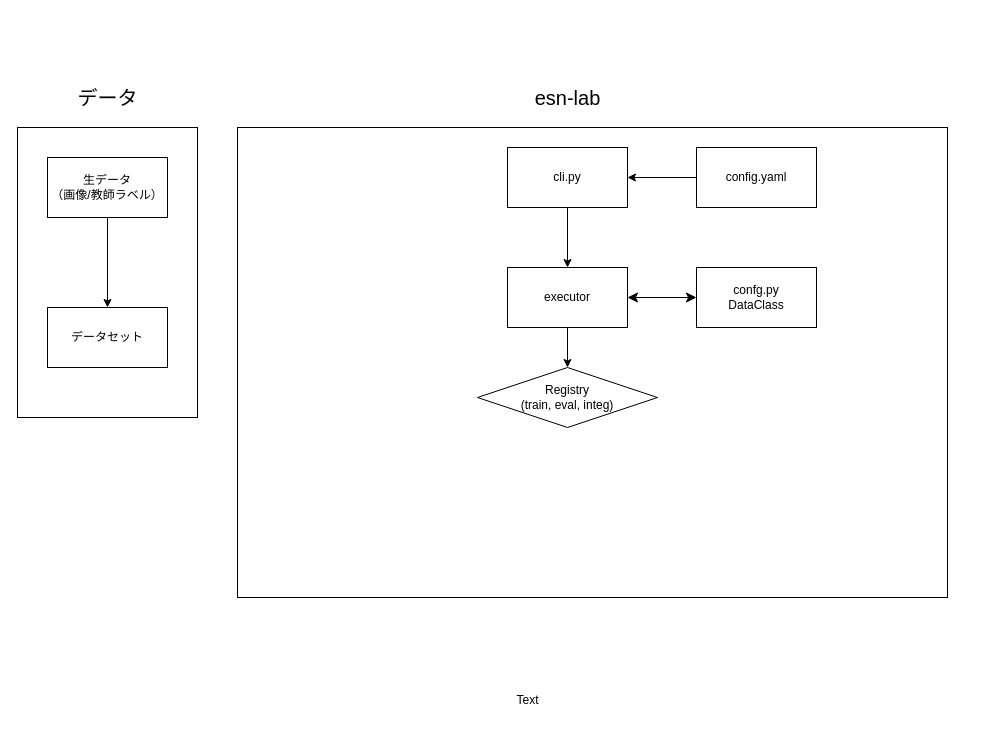
Earlier version of the draw.io diagram design/design.drawio (Applica-760/esn-lab). Source tidied: cells renumbered, new cells numbered last; positions are measured from the earlier drawing's top-left corner, leaving out a move shared by most shapes. Both pictures are drawn from the tidied source at 100%, with x=0, y=0 at pixel (17, 77).
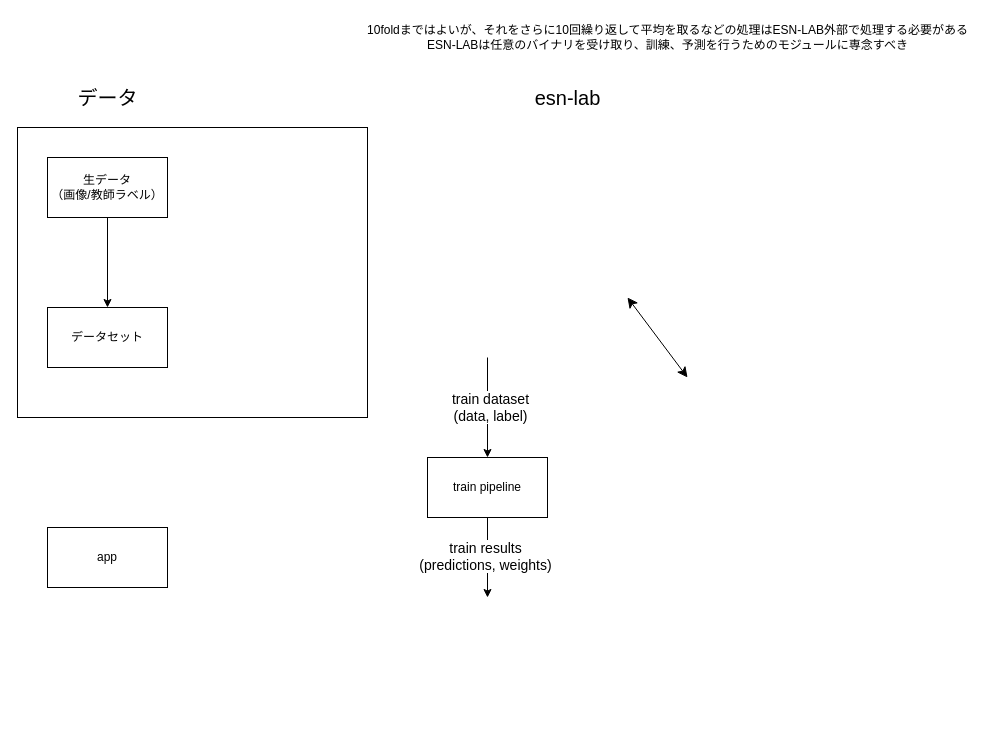
Above is the later version.

The edit, as a diff of the source:
```diff
@@
-    <mxCell id="5" style="whiteSpace=wrap;html=1;fillColor=none;" parent="1" vertex="1">
-      <mxGeometry x="220" y="50" width="710" height="470" as="geometry" />
-    </mxCell>
     <mxCell id="6" style="whiteSpace=wrap;html=1;fillColor=none;" parent="1" vertex="1">
-      <mxGeometry y="50" width="180" height="290" as="geometry" />
+      <mxGeometry y="50" width="350" height="290" as="geometry" />
     </mxCell>
@@
-    <mxCell id="9" style="edgeStyle=none;html=1;" parent="1" edge="1" source="10" target="14">
-      <mxGeometry relative="1" as="geometry" />
+    <mxCell id="9" style="edgeStyle=none;html=1;" parent="1" edge="1">
+      <mxGeometry relative="1" as="geometry">
+        <mxPoint x="550" y="130" as="sourcePoint" />
+      </mxGeometry>
     </mxCell>
-    <mxCell id="10" value="cli.py" style="whiteSpace=wrap;html=1;" parent="1" vertex="1">
-      <mxGeometry x="490" y="70" width="120" height="60" as="geometry" />
-    </mxCell>
-    <mxCell id="11" style="html=1;entryX=1;entryY=0.5;entryDx=0;entryDy=0;" parent="1" edge="1" source="12" target="10">
-      <mxGeometry relative="1" as="geometry" />
+    <mxCell id="11" style="html=1;entryX=1;entryY=0.5;entryDx=0;entryDy=0;" parent="1" edge="1">
+      <mxGeometry relative="1" as="geometry">
+        <mxPoint x="610" y="100" as="targetPoint" />
+      </mxGeometry>
     </mxCell>
-    <mxCell id="12" value="config.yaml" style="whiteSpace=wrap;html=1;" parent="1" vertex="1">
-      <mxGeometry x="679" y="70" width="120" height="60" as="geometry" />
-    </mxCell>
-    <mxCell id="13" style="edgeStyle=none;html=1;" parent="1" edge="1" source="14" target="16">
-      <mxGeometry relative="1" as="geometry" />
-    </mxCell>
-    <mxCell id="14" value="executor" style="whiteSpace=wrap;html=1;" parent="1" vertex="1">
-      <mxGeometry x="490" y="190" width="120" height="60" as="geometry" />
-    </mxCell>
-    <mxCell id="15" value="confg.py&lt;div&gt;DataClass&lt;/div&gt;" style="whiteSpace=wrap;html=1;" parent="1" vertex="1">
-      <mxGeometry x="679" y="190" width="120" height="60" as="geometry" />
-    </mxCell>
-    <mxCell id="16" value="Registry&lt;div&gt;(train, eval, integ)&lt;/div&gt;" style="rhombus;whiteSpace=wrap;html=1;" parent="1" vertex="1">
-      <mxGeometry x="460" y="290" width="180" height="60" as="geometry" />
-    </mxCell>
-    <mxCell id="17" style="edgeStyle=none;jettySize=auto;html=1;endArrow=classic;startArrow=classic;endSize=8;startSize=8;entryX=1;entryY=0.5;entryDx=0;entryDy=0;exitX=0;exitY=0.5;exitDx=0;exitDy=0;" parent="1" edge="1" source="15" target="14">
-      <mxGeometry relative="1" as="geometry" />
+    <mxCell id="17" style="edgeStyle=none;orthogonalLoop=1;jettySize=auto;html=1;endArrow=classic;startArrow=classic;endSize=8;startSize=8;entryX=1;entryY=0.5;entryDx=0;entryDy=0;exitX=0;exitY=0.5;exitDx=0;exitDy=0;" parent="1" edge="1">
+      <mxGeometry relative="1" as="geometry">
+        <mxPoint x="670" y="300" as="sourcePoint" />
+        <mxPoint x="610" y="220" as="targetPoint" />
+      </mxGeometry>
     </mxCell>
-    <mxCell id="18" value="Text" style="text;html=1;align=center;verticalAlign=middle;strokeColor=none;fillColor=none;" parent="1" vertex="1">
-      <mxGeometry x="485" y="608" width="50" height="30" as="geometry" />
+    <mxCell id="18" value="10foldまではよいが、それをさらに10回繰り返して平均を取るなどの処理はESN-LAB外部で処理する必要がある&lt;br&gt;ESN-LABは任意のバイナリを受け取り、訓練、予測を行うためのモジュールに専念すべき" style="text;html=1;align=center;verticalAlign=middle;strokeColor=none;fillColor=none;" parent="1" vertex="1">
+      <mxGeometry x="340" y="-60" width="620" height="40" as="geometry" />
     </mxCell>
+    <mxCell id="19" value="app" style="whiteSpace=wrap;html=1;" parent="1" vertex="1">
+      <mxGeometry x="30" y="450" width="120" height="60" as="geometry" />
+    </mxCell>
+    <mxCell id="20" style="edgeStyle=none;html=1;exitX=0.5;exitY=1;exitDx=0;exitDy=0;" parent="1" edge="1" source="22">
+      <mxGeometry relative="1" as="geometry">
+        <mxPoint x="470" y="520" as="targetPoint" />
+      </mxGeometry>
+    </mxCell>
+    <mxCell id="21" value="&lt;font&gt;train results&lt;br&gt;(predictions, weights)&lt;/font&gt;" style="edgeLabel;html=1;align=center;verticalAlign=middle;fontSize=14;" parent="20" vertex="1">
+      <mxGeometry x="-0.06" y="-3" relative="1" as="geometry" />
+    </mxCell>
+    <mxCell id="22" value="train pipeline" style="whiteSpace=wrap;html=1;" parent="1" vertex="1">
+      <mxGeometry x="410" y="380" width="120" height="60" as="geometry" />
+    </mxCell>
+    <mxCell id="23" style="edgeStyle=none;jettySize=auto;html=1;entryX=0.5;entryY=0;entryDx=0;entryDy=0;" parent="1" edge="1" target="22">
+      <mxGeometry relative="1" as="geometry">
+        <mxPoint x="470" y="280" as="sourcePoint" />
+      </mxGeometry>
+    </mxCell>
+    <mxCell id="24" value="train dataset&lt;br&gt;(data, label)" style="edgeLabel;html=1;align=center;verticalAlign=middle;fontSize=14;" parent="23" vertex="1">
+      <mxGeometry x="-0.02" y="2" relative="1" as="geometry" />
+    </mxCell>
```
